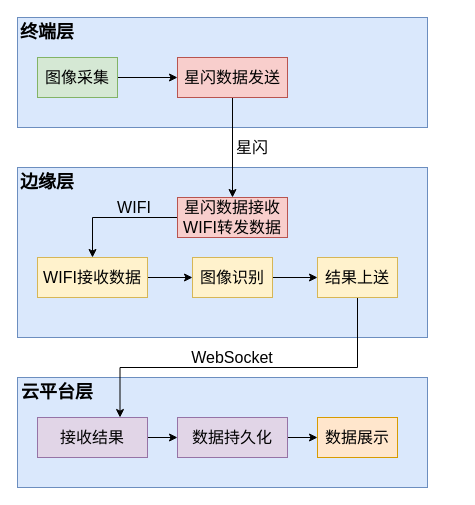
Before: grad-design/功能需求.drawio in aluebo/draw.io, a draw.io diagram. Source tidied: cells renumbered, new cells numbered last; positions are measured from the earlier drawing's top-left corner, leaving out a move shared by most shapes. Both pictures are drawn from the tidied source at 100%, with x=0, y=0 at pixel (17, 17).
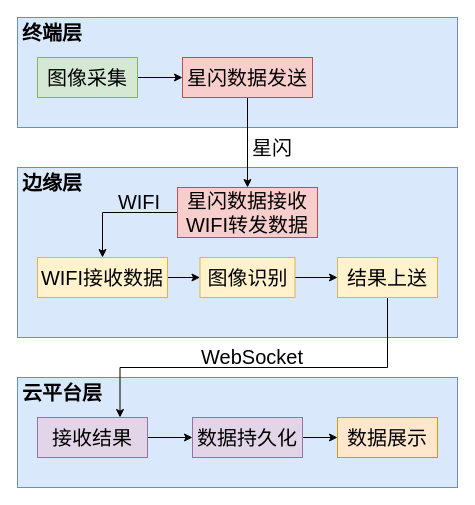
After the change.

Commit message:
更新功能需求.drawio

What changed in the source:
```diff
@@
     <mxCell id="2" value="&lt;br&gt;&lt;div&gt;&lt;font style=&quot;font-size: 17px;&quot;&gt;&lt;br&gt;&lt;/font&gt;&lt;/div&gt;" style="rounded=0;whiteSpace=wrap;html=1;fillColor=#dae8fc;strokeColor=#6c8ebf;" parent="1" vertex="1">
-      <mxGeometry y="360" width="410" height="110" as="geometry" />
+      <mxGeometry y="360" width="440" height="110" as="geometry" />
     </mxCell>
     <mxCell id="3" value="&lt;br&gt;&lt;div&gt;&lt;font style=&quot;font-size: 17px;&quot;&gt;&lt;br&gt;&lt;/font&gt;&lt;/div&gt;" style="rounded=0;whiteSpace=wrap;html=1;fillColor=#dae8fc;strokeColor=#6c8ebf;" parent="1" vertex="1">
-      <mxGeometry y="150" width="410" height="170" as="geometry" />
+      <mxGeometry y="150" width="440" height="170" as="geometry" />
     </mxCell>
     <mxCell id="4" value="&lt;br&gt;&lt;div&gt;&lt;font style=&quot;font-size: 17px;&quot;&gt;&lt;br&gt;&lt;/font&gt;&lt;/div&gt;" style="rounded=0;whiteSpace=wrap;html=1;fillColor=#dae8fc;strokeColor=#6c8ebf;" parent="1" vertex="1">
-      <mxGeometry width="410" height="110" as="geometry" />
+      <mxGeometry width="440" height="110" as="geometry" />
     </mxCell>
-    <mxCell id="5" value="&lt;font style=&quot;font-size: 18px;&quot;&gt;&lt;b&gt;终端层&lt;/b&gt;&lt;/font&gt;" style="text;html=1;whiteSpace=wrap;strokeColor=none;fillColor=none;align=center;verticalAlign=middle;rounded=0;" parent="1" vertex="1">
-      <mxGeometry width="60" height="30" as="geometry" />
+    <mxCell id="5" value="&lt;font&gt;&lt;b&gt;终端层&lt;/b&gt;&lt;/font&gt;" style="text;html=1;whiteSpace=wrap;strokeColor=none;fillColor=none;align=center;verticalAlign=middle;rounded=0;fontSize=20;" parent="1" vertex="1">
+      <mxGeometry width="70" height="30" as="geometry" />
     </mxCell>
-    <mxCell id="6" style="edgeStyle=orthogonalEdgeStyle;rounded=0;jettySize=auto;html=1;entryX=0;entryY=0.5;entryDx=0;entryDy=0;" parent="1" edge="1" source="7" target="9">
+    <mxCell id="6" style="edgeStyle=orthogonalEdgeStyle;rounded=0;jettySize=auto;html=1;entryX=0;entryY=0.5;entryDx=0;entryDy=0;fontSize=20;" parent="1" edge="1" source="7" target="9">
       <mxGeometry relative="1" as="geometry" />
     </mxCell>
-    <mxCell id="7" value="&lt;font style=&quot;font-size: 16px;&quot;&gt;图像采集&lt;/font&gt;" style="rounded=0;whiteSpace=wrap;html=1;fillColor=#d5e8d4;strokeColor=#82b366;" parent="1" vertex="1">
-      <mxGeometry x="20" y="40" width="80" height="40" as="geometry" />
+    <mxCell id="7" value="&lt;font&gt;图像采集&lt;/font&gt;" style="rounded=0;whiteSpace=wrap;html=1;fillColor=#d5e8d4;strokeColor=#82b366;fontSize=20;" parent="1" vertex="1">
+      <mxGeometry x="20" y="40" width="100" height="40" as="geometry" />
     </mxCell>
@@
-    <mxCell id="9" value="&lt;span style=&quot;font-size: 16px;&quot;&gt;星闪数据发送&lt;/span&gt;" style="rounded=0;whiteSpace=wrap;html=1;fillColor=#f8cecc;strokeColor=#b85450;" parent="1" vertex="1">
-      <mxGeometry x="160" y="40" width="110" height="40" as="geometry" />
+    <mxCell id="9" value="&lt;span&gt;星闪数据发送&lt;/span&gt;" style="rounded=0;whiteSpace=wrap;html=1;fillColor=#f8cecc;strokeColor=#b85450;fontSize=20;" parent="1" vertex="1">
+      <mxGeometry x="165" y="40" width="130" height="40" as="geometry" />
     </mxCell>
-    <mxCell id="10" value="&lt;span style=&quot;font-size: 18px;&quot;&gt;&lt;b&gt;边缘层&lt;/b&gt;&lt;/span&gt;" style="text;html=1;whiteSpace=wrap;strokeColor=none;fillColor=none;align=center;verticalAlign=middle;rounded=0;" parent="1" vertex="1">
-      <mxGeometry y="150" width="60" height="30" as="geometry" />
+    <mxCell id="10" value="&lt;span&gt;&lt;b&gt;边缘层&lt;/b&gt;&lt;/span&gt;" style="text;html=1;whiteSpace=wrap;strokeColor=none;fillColor=none;align=center;verticalAlign=middle;rounded=0;fontSize=20;" parent="1" vertex="1">
+      <mxGeometry y="150" width="70" height="30" as="geometry" />
     </mxCell>
-    <mxCell id="11" style="edgeStyle=orthogonalEdgeStyle;rounded=0;jettySize=auto;html=1;entryX=0;entryY=0.5;entryDx=0;entryDy=0;" parent="1" edge="1" source="12" target="16">
+    <mxCell id="11" style="edgeStyle=orthogonalEdgeStyle;rounded=0;jettySize=auto;html=1;entryX=0;entryY=0.5;entryDx=0;entryDy=0;fontSize=20;" parent="1" edge="1" source="12" target="16">
       <mxGeometry relative="1" as="geometry" />
     </mxCell>
-    <mxCell id="12" value="&lt;font style=&quot;font-size: 16px;&quot;&gt;WIFI接收数据&lt;/font&gt;" style="rounded=0;whiteSpace=wrap;html=1;fillColor=#fff2cc;strokeColor=#d6b656;" parent="1" vertex="1">
-      <mxGeometry x="20" y="240" width="110" height="40" as="geometry" />
+    <mxCell id="12" value="&lt;font&gt;WIFI接收数据&lt;/font&gt;" style="rounded=0;whiteSpace=wrap;html=1;fillColor=#fff2cc;strokeColor=#d6b656;fontSize=20;" parent="1" vertex="1">
+      <mxGeometry x="20" y="240" width="130" height="40" as="geometry" />
     </mxCell>
-    <mxCell id="13" style="edgeStyle=orthogonalEdgeStyle;rounded=0;jettySize=auto;html=1;entryX=0.5;entryY=0;entryDx=0;entryDy=0;" parent="1" edge="1" source="14" target="12">
+    <mxCell id="13" style="edgeStyle=orthogonalEdgeStyle;rounded=0;jettySize=auto;html=1;entryX=0.5;entryY=0;entryDx=0;entryDy=0;fontSize=20;" parent="1" edge="1" source="14" target="12">
       <mxGeometry relative="1" as="geometry" />
     </mxCell>
-    <mxCell id="14" value="&lt;span style=&quot;font-size: 16px;&quot;&gt;星闪数据接收&lt;/span&gt;&lt;div&gt;&lt;span style=&quot;font-size: 16px;&quot;&gt;WIFI转发数据&lt;/span&gt;&lt;/div&gt;" style="rounded=0;whiteSpace=wrap;html=1;fillColor=#f8cecc;strokeColor=#b85450;" parent="1" vertex="1">
-      <mxGeometry x="160" y="180" width="110" height="40" as="geometry" />
+    <mxCell id="14" value="&lt;span&gt;星闪数据接收&lt;/span&gt;&lt;div&gt;&lt;span&gt;WIFI转发数据&lt;/span&gt;&lt;/div&gt;" style="rounded=0;whiteSpace=wrap;html=1;fillColor=#f8cecc;strokeColor=#b85450;fontSize=20;" parent="1" vertex="1">
+      <mxGeometry x="160" y="170" width="140" height="50" as="geometry" />
     </mxCell>
-    <mxCell id="15" style="edgeStyle=orthogonalEdgeStyle;rounded=0;jettySize=auto;html=1;" parent="1" edge="1" source="16" target="18">
+    <mxCell id="15" style="edgeStyle=orthogonalEdgeStyle;rounded=0;jettySize=auto;html=1;fontSize=20;" parent="1" edge="1" source="16" target="18">
       <mxGeometry relative="1" as="geometry" />
     </mxCell>
-    <mxCell id="16" value="&lt;span style=&quot;font-size: 16px;&quot;&gt;图像识别&lt;/span&gt;" style="rounded=0;whiteSpace=wrap;html=1;fillColor=#fff2cc;strokeColor=#d6b656;" parent="1" vertex="1">
-      <mxGeometry x="175" y="240" width="80" height="40" as="geometry" />
+    <mxCell id="16" value="&lt;span&gt;图像识别&lt;/span&gt;" style="rounded=0;whiteSpace=wrap;html=1;fillColor=#fff2cc;strokeColor=#d6b656;fontSize=20;" parent="1" vertex="1">
+      <mxGeometry x="182.5" y="240" width="95" height="40" as="geometry" />
     </mxCell>
-    <mxCell id="17" style="edgeStyle=orthogonalEdgeStyle;rounded=0;jettySize=auto;html=1;entryX=0.75;entryY=0;entryDx=0;entryDy=0;" parent="1" edge="1" source="18" target="22">
+    <mxCell id="17" style="edgeStyle=orthogonalEdgeStyle;rounded=0;jettySize=auto;html=1;entryX=0.75;entryY=0;entryDx=0;entryDy=0;fontSize=20;" parent="1" edge="1" source="18" target="22">
       <mxGeometry relative="1" as="geometry">
         <Array as="points">
-          <mxPoint x="340" y="350" />
-          <mxPoint x="103" y="350" />
+          <mxPoint x="370" y="350" />
+          <mxPoint x="102" y="350" />
         </Array>
       </mxGeometry>
     </mxCell>
-    <mxCell id="18" value="&lt;span style=&quot;font-size: 16px;&quot;&gt;结果上送&lt;/span&gt;" style="rounded=0;whiteSpace=wrap;html=1;fillColor=#fff2cc;strokeColor=#d6b656;" parent="1" vertex="1">
-      <mxGeometry x="300" y="240" width="80" height="40" as="geometry" />
+    <mxCell id="18" value="&lt;span&gt;结果上送&lt;/span&gt;" style="rounded=0;whiteSpace=wrap;html=1;fillColor=#fff2cc;strokeColor=#d6b656;fontSize=20;" parent="1" vertex="1">
+      <mxGeometry x="320" y="240" width="100" height="40" as="geometry" />
     </mxCell>
-    <mxCell id="19" style="edgeStyle=orthogonalEdgeStyle;rounded=0;jettySize=auto;html=1;" parent="1" edge="1" source="20" target="23">
+    <mxCell id="19" style="edgeStyle=orthogonalEdgeStyle;rounded=0;jettySize=auto;html=1;fontSize=20;" parent="1" edge="1" source="20" target="23">
       <mxGeometry relative="1" as="geometry" />
     </mxCell>
-    <mxCell id="20" value="&lt;span style=&quot;font-size: 16px;&quot;&gt;数据持久化&lt;/span&gt;" style="rounded=0;whiteSpace=wrap;html=1;fillColor=#e1d5e7;strokeColor=#9673a6;" parent="1" vertex="1">
-      <mxGeometry x="160" y="400" width="110" height="40" as="geometry" />
+    <mxCell id="20" value="&lt;span&gt;数据持久化&lt;/span&gt;" style="rounded=0;whiteSpace=wrap;html=1;fillColor=#e1d5e7;strokeColor=#9673a6;fontSize=20;" parent="1" vertex="1">
+      <mxGeometry x="175" y="400" width="110" height="40" as="geometry" />
     </mxCell>
-    <mxCell id="21" style="edgeStyle=orthogonalEdgeStyle;rounded=0;jettySize=auto;html=1;" parent="1" edge="1" source="22" target="20">
+    <mxCell id="21" style="edgeStyle=orthogonalEdgeStyle;rounded=0;jettySize=auto;html=1;fontSize=20;" parent="1" edge="1" source="22" target="20">
       <mxGeometry relative="1" as="geometry" />
     </mxCell>
-    <mxCell id="22" value="&lt;span style=&quot;font-size: 16px;&quot;&gt;接收结果&lt;/span&gt;" style="rounded=0;whiteSpace=wrap;html=1;fillColor=#e1d5e7;strokeColor=#9673a6;" parent="1" vertex="1">
+    <mxCell id="22" value="&lt;span&gt;接收结果&lt;/span&gt;" style="rounded=0;whiteSpace=wrap;html=1;fillColor=#e1d5e7;strokeColor=#9673a6;fontSize=20;" parent="1" vertex="1">
       <mxGeometry x="20" y="400" width="110" height="40" as="geometry" />
     </mxCell>
-    <mxCell id="23" value="&lt;span style=&quot;font-size: 16px;&quot;&gt;数据展示&lt;/span&gt;" style="rounded=0;whiteSpace=wrap;html=1;fillColor=#ffe6cc;strokeColor=#d79b00;" parent="1" vertex="1">
-      <mxGeometry x="300" y="400" width="80" height="40" as="geometry" />
+    <mxCell id="23" value="&lt;span&gt;数据展示&lt;/span&gt;" style="rounded=0;whiteSpace=wrap;html=1;fillColor=#ffe6cc;strokeColor=#d79b00;fontSize=20;" parent="1" vertex="1">
+      <mxGeometry x="320" y="400" width="100" height="40" as="geometry" />
     </mxCell>
-    <mxCell id="24" value="&lt;font style=&quot;font-size: 18px;&quot;&gt;&lt;b&gt;云平台层&lt;/b&gt;&lt;/font&gt;" style="text;html=1;whiteSpace=wrap;strokeColor=none;fillColor=none;align=center;verticalAlign=middle;rounded=0;" parent="1" vertex="1">
-      <mxGeometry y="360" width="80" height="30" as="geometry" />
+    <mxCell id="24" value="&lt;font&gt;&lt;b&gt;云平台层&lt;/b&gt;&lt;/font&gt;" style="text;html=1;whiteSpace=wrap;strokeColor=none;fillColor=none;align=center;verticalAlign=middle;rounded=0;fontSize=20;" parent="1" vertex="1">
+      <mxGeometry y="360" width="90" height="30" as="geometry" />
     </mxCell>
-    <mxCell id="25" value="星闪" style="text;html=1;whiteSpace=wrap;strokeColor=none;fillColor=none;align=center;verticalAlign=middle;rounded=0;fontSize=16;" parent="1" vertex="1">
-      <mxGeometry x="205" y="115" width="60" height="30" as="geometry" />
+    <mxCell id="25" value="星闪" style="text;html=1;whiteSpace=wrap;strokeColor=none;fillColor=none;align=center;verticalAlign=middle;rounded=0;fontSize=20;" parent="1" vertex="1">
+      <mxGeometry x="225" y="115" width="60" height="30" as="geometry" />
     </mxCell>
-    <mxCell id="26" value="WIFI" style="text;html=1;whiteSpace=wrap;strokeColor=none;fillColor=none;align=center;verticalAlign=middle;rounded=0;fontSize=16;" parent="1" vertex="1">
-      <mxGeometry x="87" y="175" width="60" height="30" as="geometry" />
+    <mxCell id="26" value="WIFI" style="text;html=1;whiteSpace=wrap;strokeColor=none;fillColor=none;align=center;verticalAlign=middle;rounded=0;fontSize=20;" parent="1" vertex="1">
+      <mxGeometry x="92" y="169" width="60" height="30" as="geometry" />
     </mxCell>
-    <mxCell id="27" value="WebSocket" style="text;html=1;whiteSpace=wrap;strokeColor=none;fillColor=none;align=center;verticalAlign=middle;rounded=0;fontSize=16;" parent="1" vertex="1">
-      <mxGeometry x="185" y="325" width="60" height="30" as="geometry" />
+    <mxCell id="27" value="WebSocket" style="text;html=1;whiteSpace=wrap;strokeColor=none;fillColor=none;align=center;verticalAlign=middle;rounded=0;fontSize=20;" parent="1" vertex="1">
+      <mxGeometry x="205" y="324" width="60" height="30" as="geometry" />
     </mxCell>
```
